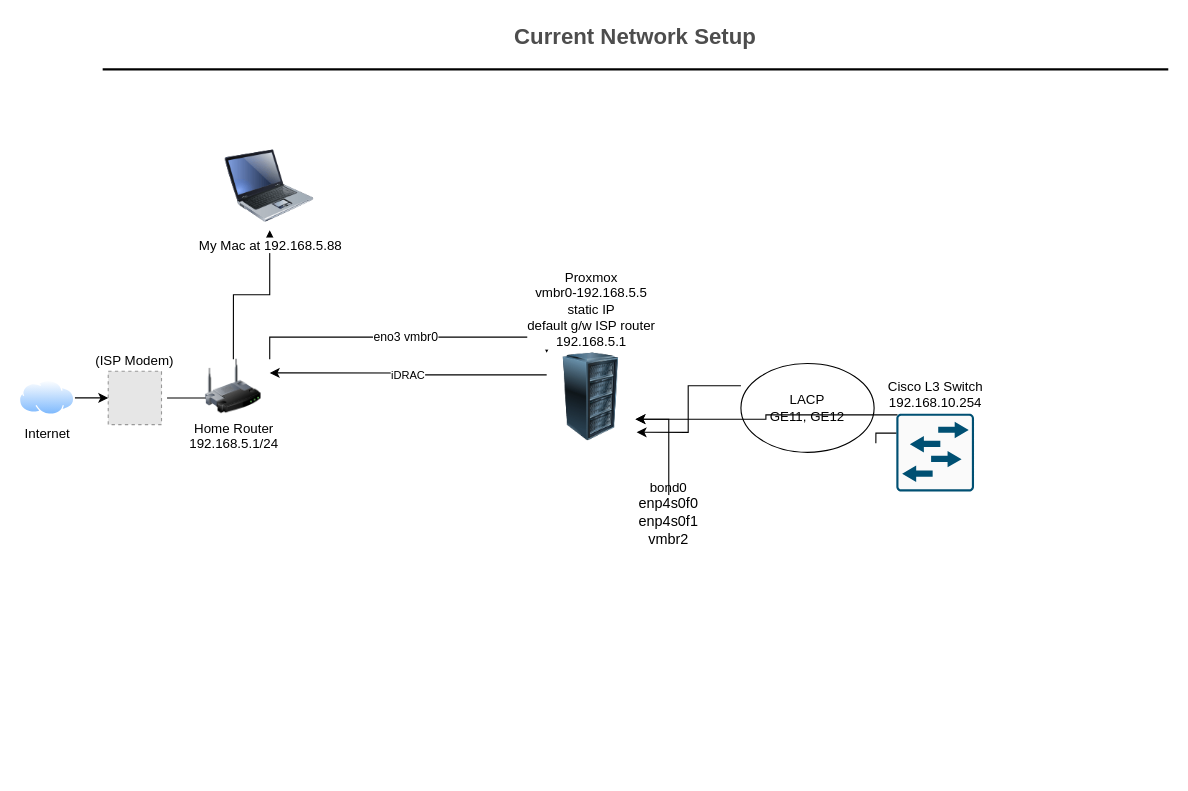
The draw.io diagram page "Copy of Page-1" (2 of 2) of Data/Current Simple Diagram.drawio in fahadshery/AnalyticsEdge, before the edit. Source tidied: cells renumbered, new cells numbered last; positions are measured from the earlier drawing's top-left corner, leaving out a move shared by most shapes. Both pictures are drawn from the tidied source at 111%, with x=0, y=0 at pixel (19, 19). Pictures stored in the file or linked from it are replaced by grey dashed boxes.
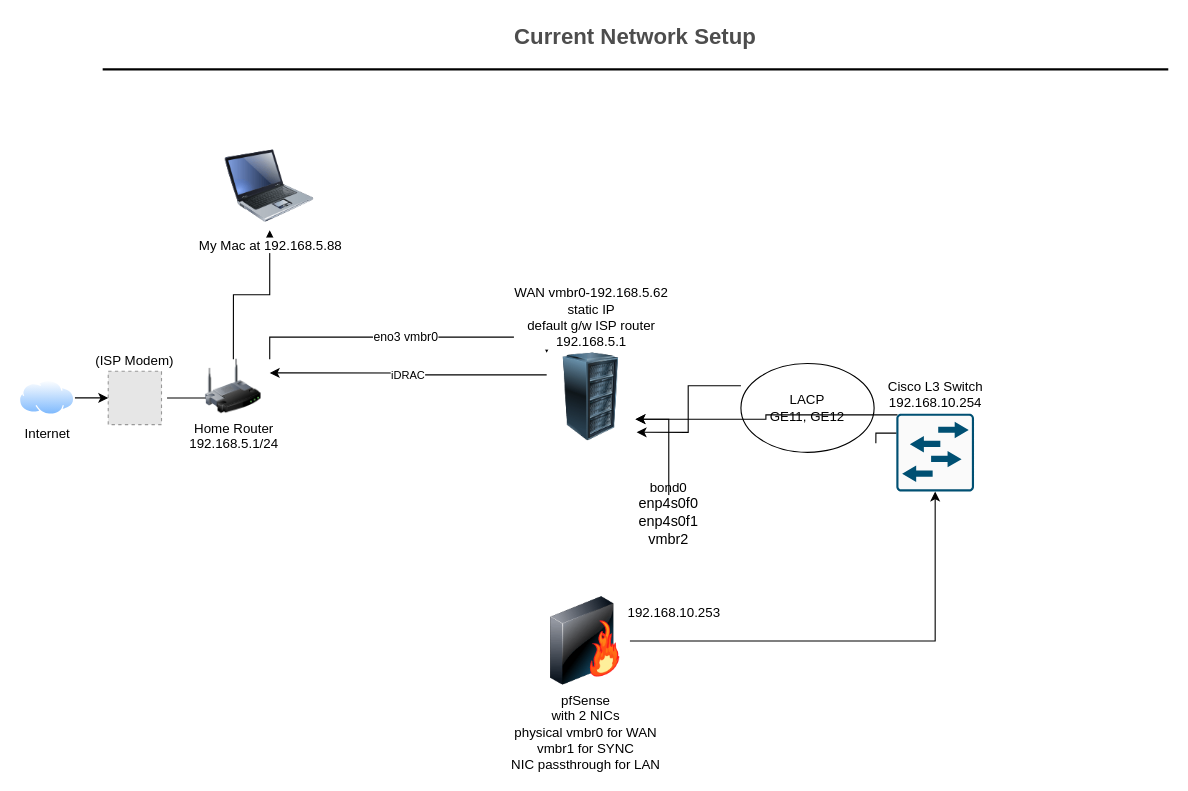
Above is the later version.

The change refers to these unchanged cells:
```xml
<mxCell id="14" value="Cisco L3 Switch&lt;br&gt;192.168.10.254&lt;br&gt;" style="sketch=0;points=[[0.015,0.015,0],[0.985,0.015,0],[0.985,0.985,0],[0.015,0.985,0],[0.25,0,0],[0.5,0,0],[0.75,0,0],[1,0.25,0],[1,0.5,0],[1,0.75,0],[0.75,1,0],[0.5,1,0],[0.25,1,0],[0,0.75,0],[0,0.5,0],[0,0.25,0]];verticalLabelPosition=top;html=1;verticalAlign=bottom;align=center;shape=mxgraph.cisco19.rect;prIcon=l2_switch;fillColor=#FAFAFA;strokeColor=#005073;labelPosition=center;" parent="1" vertex="1">
  <mxGeometry x="790" y="355.2" width="70" height="70" as="geometry" />
</mxCell>
```

The edit, as a diff of the source:
```diff
@@
-    <mxCell id="15" value="Proxmox&lt;br&gt;vmbr0-192.168.5.5&lt;br&gt;static IP&lt;br&gt;default g/w ISP router&lt;br&gt;192.168.5.1" style="image;image=img/lib/clip_art/computers/Server_Rack_128x128.png;html=1;flipV=0;flipH=0;labelPosition=center;verticalLabelPosition=top;align=center;verticalAlign=bottom;" parent="1" vertex="1">
+    <mxCell id="15" value="&lt;br&gt;WAN vmbr0-192.168.5.62&lt;br&gt;static IP&lt;br&gt;default g/w ISP router&lt;br&gt;192.168.5.1" style="image;image=img/lib/clip_art/computers/Server_Rack_128x128.png;html=1;flipV=0;flipH=0;labelPosition=center;verticalLabelPosition=top;align=center;verticalAlign=bottom;" parent="1" vertex="1">
       <mxGeometry x="475" y="300.2" width="80" height="80" as="geometry" />
     </mxCell>
@@
+    <mxCell id="21" style="edgeStyle=orthogonalEdgeStyle;rounded=0;jettySize=auto;html=1;flowAnimation=1;" parent="1" edge="1" source="22" target="14">
+      <mxGeometry relative="1" as="geometry" />
+    </mxCell>
+    <mxCell id="22" value="pfSense&lt;br&gt;with 2 NICs&lt;br&gt;physical vmbr0 for WAN&lt;br&gt;vmbr1 for SYNC&lt;br&gt;NIC passthrough for LAN" style="image;html=1;image=img/lib/clip_art/networking/Firewall-page1_128x128.png;" parent="1" vertex="1">
+      <mxGeometry x="470" y="520" width="80" height="80" as="geometry" />
+    </mxCell>
+    <mxCell id="23" value="192.168.10.253" style="text;html=1;strokeColor=none;fillColor=none;align=center;verticalAlign=middle;whiteSpace=wrap;rounded=0;" parent="1" vertex="1">
+      <mxGeometry x="560" y="520" width="60" height="30" as="geometry" />
+    </mxCell>
```
